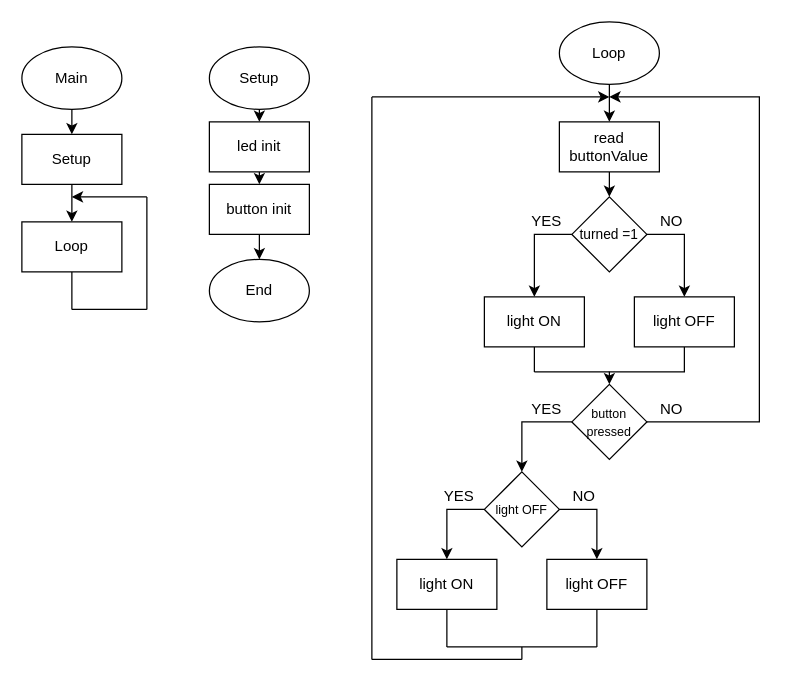
V1talie/Anul4 keeps this draw.io diagram as IoT/Lab1/lab1_draw.drawio. Above is the earlier version. Source tidied: cells renumbered, new cells numbered last; positions are measured from the earlier drawing's top-left corner, leaving out a move shared by most shapes. Both pictures are drawn from the tidied source at 125%, with x=0, y=0 at pixel (21, 21).
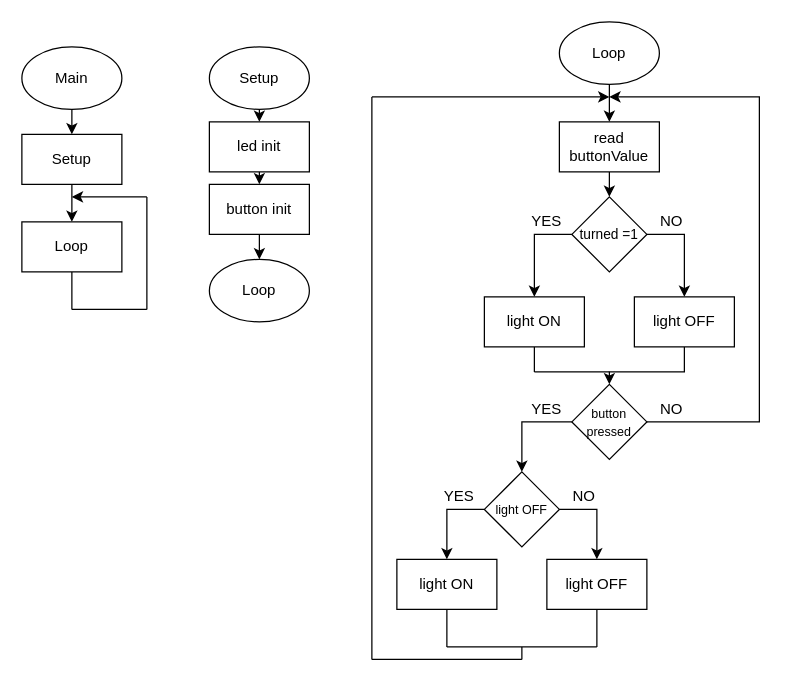
The same diagram, later.

Diff of the diagram source:
```diff
@@
-    <mxCell id="17" value="End" style="ellipse;whiteSpace=wrap;html=1;" parent="1" vertex="1">
+    <mxCell id="17" value="Loop" style="ellipse;whiteSpace=wrap;html=1;" parent="1" vertex="1">
       <mxGeometry x="150" y="190" width="80" height="50" as="geometry" />
     </mxCell>
```
